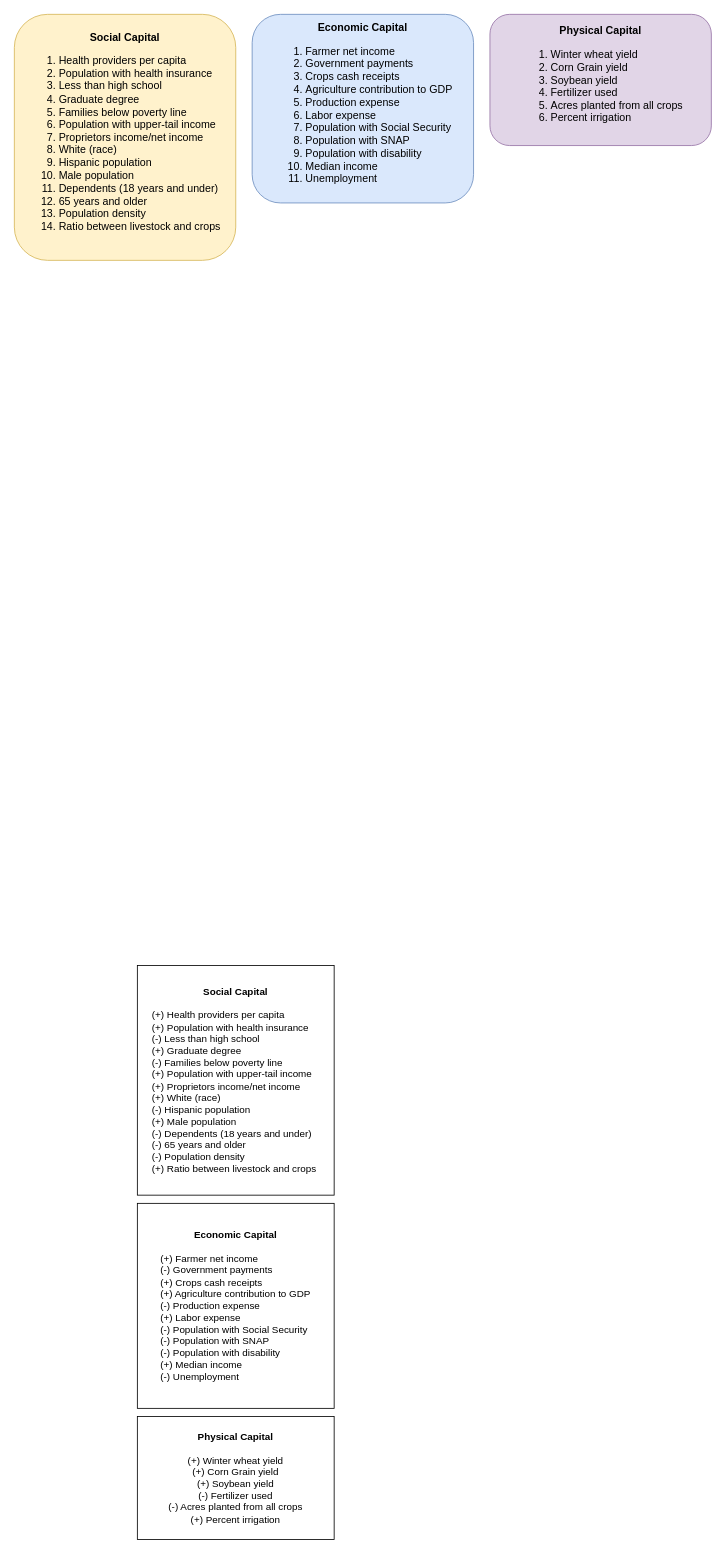
This is FrameWork2023.drawio from dealchre/gradDrawio, a draw.io file, before an edit. Source tidied: cells renumbered, new cells numbered last; positions are measured from the earlier drawing's top-left corner, leaving out a move shared by most shapes. Both pictures are drawn from the tidied source at 82%, with x=0, y=0 at pixel (14, 14).
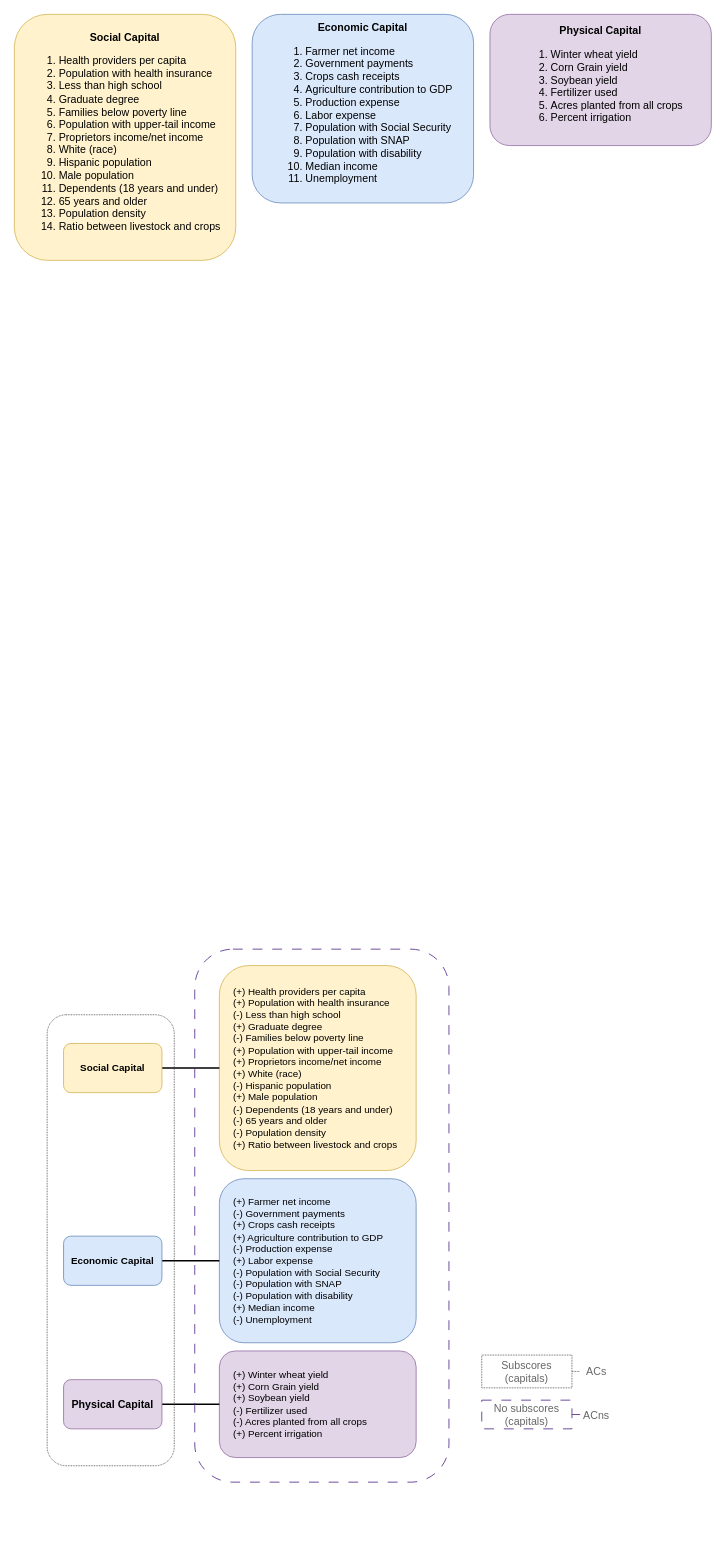
Above is the later version.

Diff of the diagram source:
```diff
@@
-    <mxCell id="3" value="&lt;b&gt;Social Capital&lt;br&gt;&lt;br&gt;&lt;/b&gt;&lt;span style=&quot;background-color: initial;&quot;&gt;&lt;div style=&quot;text-align: left;&quot;&gt;&lt;span style=&quot;background-color: initial;&quot;&gt;(+) Health providers per capita&lt;/span&gt;&lt;/div&gt;&lt;/span&gt;&lt;span style=&quot;background-color: initial;&quot;&gt;&lt;div style=&quot;text-align: left;&quot;&gt;&lt;span style=&quot;background-color: initial;&quot;&gt;(+) Population with health insurance&lt;/span&gt;&lt;/div&gt;&lt;/span&gt;&lt;span style=&quot;background-color: initial;&quot;&gt;&lt;div style=&quot;text-align: left;&quot;&gt;&lt;span style=&quot;background-color: initial;&quot;&gt;(-) Less than high school&lt;/span&gt;&lt;/div&gt;&lt;/span&gt;&lt;span style=&quot;background-color: initial;&quot;&gt;&lt;div style=&quot;text-align: left;&quot;&gt;&lt;span style=&quot;background-color: initial;&quot;&gt;(+) Graduate degree&lt;/span&gt;&lt;/div&gt;&lt;/span&gt;&lt;span style=&quot;background-color: initial;&quot;&gt;&lt;div style=&quot;text-align: left;&quot;&gt;&lt;span style=&quot;background-color: initial;&quot;&gt;(-) Families below poverty line&lt;/span&gt;&lt;/div&gt;&lt;/span&gt;&lt;span style=&quot;background-color: initial;&quot;&gt;&lt;div style=&quot;text-align: left;&quot;&gt;&lt;span style=&quot;background-color: initial;&quot;&gt;(+) Population with upper-tail income&lt;/span&gt;&lt;/div&gt;&lt;div style=&quot;text-align: left;&quot;&gt;(+) Proprietors income/net income&lt;span style=&quot;background-color: initial;&quot;&gt;&lt;br&gt;&lt;/span&gt;&lt;/div&gt;&lt;/span&gt;&lt;span style=&quot;background-color: initial;&quot;&gt;&lt;div style=&quot;text-align: left;&quot;&gt;&lt;span style=&quot;background-color: initial;&quot;&gt;(+) White (race)&lt;/span&gt;&lt;/div&gt;&lt;/span&gt;&lt;span style=&quot;background-color: initial;&quot;&gt;&lt;div style=&quot;text-align: left;&quot;&gt;&lt;span style=&quot;background-color: initial;&quot;&gt;(-) Hispanic population&lt;/span&gt;&lt;/div&gt;&lt;/span&gt;&lt;span style=&quot;background-color: initial;&quot;&gt;&lt;div style=&quot;text-align: left;&quot;&gt;&lt;span style=&quot;background-color: initial;&quot;&gt;(+) Male population&lt;/span&gt;&lt;/div&gt;&lt;/span&gt;&lt;span style=&quot;background-color: initial;&quot;&gt;&lt;div style=&quot;text-align: left;&quot;&gt;&lt;span style=&quot;background-color: initial;&quot;&gt;(-) Dependents (18 years and under)&lt;/span&gt;&lt;/div&gt;&lt;/span&gt;&lt;span style=&quot;background-color: initial;&quot;&gt;&lt;div style=&quot;text-align: left;&quot;&gt;&lt;span style=&quot;background-color: initial;&quot;&gt;(-) 65 years and older&lt;/span&gt;&lt;/div&gt;&lt;/span&gt;&lt;span style=&quot;background-color: initial;&quot;&gt;&lt;div style=&quot;text-align: left;&quot;&gt;&lt;span style=&quot;background-color: initial;&quot;&gt;(-) Population density&lt;/span&gt;&lt;/div&gt;&lt;/span&gt;&lt;span style=&quot;background-color: initial;&quot;&gt;&lt;div style=&quot;text-align: left;&quot;&gt;&lt;span style=&quot;background-color: initial;&quot;&gt;(+) Ratio between livestock and crops&amp;nbsp;&lt;/span&gt;&lt;/div&gt;&lt;/span&gt;" style="whiteSpace=wrap;html=1;" parent="1" vertex="1">
-      <mxGeometry x="150" y="1160" width="240" height="280" as="geometry" />
+    <mxCell id="3" value="&lt;div style=&quot;&quot;&gt;&lt;span style=&quot;background-color: initial;&quot;&gt;(+) Health providers per capita&lt;/span&gt;&lt;/div&gt;&lt;span style=&quot;background-color: initial;&quot;&gt;&lt;div style=&quot;&quot;&gt;&lt;span style=&quot;background-color: initial;&quot;&gt;(+) Population with health insurance&lt;/span&gt;&lt;/div&gt;&lt;/span&gt;&lt;span style=&quot;background-color: initial;&quot;&gt;&lt;div style=&quot;&quot;&gt;&lt;span style=&quot;background-color: initial;&quot;&gt;(-) Less than high school&lt;/span&gt;&lt;/div&gt;&lt;/span&gt;&lt;span style=&quot;background-color: initial;&quot;&gt;&lt;div style=&quot;&quot;&gt;&lt;span style=&quot;background-color: initial;&quot;&gt;(+) Graduate degree&lt;/span&gt;&lt;/div&gt;&lt;/span&gt;&lt;span style=&quot;background-color: initial;&quot;&gt;&lt;div style=&quot;&quot;&gt;&lt;span style=&quot;background-color: initial;&quot;&gt;(-) Families below poverty line&lt;/span&gt;&lt;/div&gt;&lt;/span&gt;&lt;span style=&quot;background-color: initial;&quot;&gt;&lt;div style=&quot;&quot;&gt;&lt;span style=&quot;background-color: initial;&quot;&gt;(+) Population with upper-tail income&lt;/span&gt;&lt;/div&gt;&lt;div style=&quot;&quot;&gt;(+) Proprietors income/net income&lt;span style=&quot;background-color: initial;&quot;&gt;&lt;br&gt;&lt;/span&gt;&lt;/div&gt;&lt;/span&gt;&lt;span style=&quot;background-color: initial;&quot;&gt;&lt;div style=&quot;&quot;&gt;&lt;span style=&quot;background-color: initial;&quot;&gt;(+) White (race)&lt;/span&gt;&lt;/div&gt;&lt;/span&gt;&lt;span style=&quot;background-color: initial;&quot;&gt;&lt;div style=&quot;&quot;&gt;&lt;span style=&quot;background-color: initial;&quot;&gt;(-) Hispanic population&lt;/span&gt;&lt;/div&gt;&lt;/span&gt;&lt;span style=&quot;background-color: initial;&quot;&gt;&lt;div style=&quot;&quot;&gt;&lt;span style=&quot;background-color: initial;&quot;&gt;(+) Male population&lt;/span&gt;&lt;/div&gt;&lt;/span&gt;&lt;span style=&quot;background-color: initial;&quot;&gt;&lt;div style=&quot;&quot;&gt;&lt;span style=&quot;background-color: initial;&quot;&gt;(-) Dependents (18 years and under)&lt;/span&gt;&lt;/div&gt;&lt;/span&gt;&lt;span style=&quot;background-color: initial;&quot;&gt;&lt;div style=&quot;&quot;&gt;&lt;span style=&quot;background-color: initial;&quot;&gt;(-) 65 years and older&lt;/span&gt;&lt;/div&gt;&lt;/span&gt;&lt;span style=&quot;background-color: initial;&quot;&gt;&lt;div style=&quot;&quot;&gt;&lt;span style=&quot;background-color: initial;&quot;&gt;(-) Population density&lt;/span&gt;&lt;/div&gt;&lt;/span&gt;&lt;span style=&quot;background-color: initial;&quot;&gt;&lt;div style=&quot;&quot;&gt;&lt;span style=&quot;background-color: initial;&quot;&gt;(+) Ratio between livestock and crops&amp;nbsp;&lt;/span&gt;&lt;/div&gt;&lt;/span&gt;" style="whiteSpace=wrap;html=1;rounded=1;fillColor=#fff2cc;strokeColor=#d6b656;align=left;spacingLeft=15;" parent="1" vertex="1">
+      <mxGeometry x="250" y="1160" width="240" height="250" as="geometry" />
     </mxCell>
@@
-    <mxCell id="5" value="&lt;b&gt;Economic Capital&lt;/b&gt;&lt;br&gt;&lt;div style=&quot;text-align: left;&quot;&gt;&lt;span style=&quot;background-color: initial;&quot;&gt;&lt;br&gt;&lt;/span&gt;&lt;/div&gt;&lt;div style=&quot;text-align: left;&quot;&gt;&lt;span style=&quot;background-color: initial;&quot;&gt;(+) Farmer net income&lt;/span&gt;&lt;/div&gt;&lt;span style=&quot;background-color: initial;&quot;&gt;&lt;div style=&quot;text-align: left;&quot;&gt;&lt;span style=&quot;background-color: initial;&quot;&gt;(-) Government payments&lt;/span&gt;&lt;/div&gt;&lt;/span&gt;&lt;span style=&quot;background-color: initial;&quot;&gt;&lt;div style=&quot;text-align: left;&quot;&gt;&lt;span style=&quot;background-color: initial;&quot;&gt;(+) Crops cash receipts&lt;/span&gt;&lt;/div&gt;&lt;/span&gt;&lt;span style=&quot;background-color: initial;&quot;&gt;&lt;div style=&quot;text-align: left;&quot;&gt;&lt;span style=&quot;background-color: initial;&quot;&gt;(+) Agriculture contribution to GDP&lt;/span&gt;&lt;/div&gt;&lt;/span&gt;&lt;span style=&quot;background-color: initial;&quot;&gt;&lt;div style=&quot;text-align: left;&quot;&gt;&lt;span style=&quot;background-color: initial;&quot;&gt;(-) Production expense&lt;/span&gt;&lt;/div&gt;&lt;/span&gt;&lt;span style=&quot;background-color: initial;&quot;&gt;&lt;div style=&quot;text-align: left;&quot;&gt;&lt;span style=&quot;background-color: initial;&quot;&gt;(+) Labor expense&lt;/span&gt;&lt;/div&gt;&lt;/span&gt;&lt;span style=&quot;background-color: initial;&quot;&gt;&lt;div style=&quot;text-align: left;&quot;&gt;&lt;span style=&quot;background-color: initial;&quot;&gt;(-) Population with Social Security&lt;/span&gt;&lt;/div&gt;&lt;/span&gt;&lt;span style=&quot;background-color: initial;&quot;&gt;&lt;div style=&quot;text-align: left;&quot;&gt;&lt;span style=&quot;background-color: initial;&quot;&gt;(-) Population with SNAP&lt;/span&gt;&lt;/div&gt;&lt;/span&gt;&lt;span style=&quot;background-color: initial;&quot;&gt;&lt;div style=&quot;text-align: left;&quot;&gt;&lt;span style=&quot;background-color: initial;&quot;&gt;(-) Population with disability&lt;/span&gt;&lt;/div&gt;&lt;/span&gt;&lt;span style=&quot;background-color: initial;&quot;&gt;&lt;div style=&quot;text-align: left;&quot;&gt;&lt;span style=&quot;background-color: initial;&quot;&gt;(+) Median income&lt;/span&gt;&lt;/div&gt;&lt;/span&gt;&lt;span style=&quot;background-color: initial;&quot;&gt;&lt;div style=&quot;text-align: left;&quot;&gt;&lt;span style=&quot;background-color: initial;&quot;&gt;(-) Unemployment&lt;/span&gt;&lt;/div&gt;&lt;/span&gt;" style="whiteSpace=wrap;html=1;" parent="1" vertex="1">
-      <mxGeometry x="150" y="1450" width="240" height="250" as="geometry" />
+    <mxCell id="5" value="&lt;div style=&quot;&quot;&gt;&lt;span style=&quot;background-color: initial;&quot;&gt;(+) Farmer net income&lt;/span&gt;&lt;/div&gt;&lt;span style=&quot;background-color: initial;&quot;&gt;&lt;div style=&quot;&quot;&gt;&lt;span style=&quot;background-color: initial;&quot;&gt;(-) Government payments&lt;/span&gt;&lt;/div&gt;&lt;/span&gt;&lt;span style=&quot;background-color: initial;&quot;&gt;&lt;div style=&quot;&quot;&gt;&lt;span style=&quot;background-color: initial;&quot;&gt;(+) Crops cash receipts&lt;/span&gt;&lt;/div&gt;&lt;/span&gt;&lt;span style=&quot;background-color: initial;&quot;&gt;&lt;div style=&quot;&quot;&gt;&lt;span style=&quot;background-color: initial;&quot;&gt;(+) Agriculture contribution to GDP&lt;/span&gt;&lt;/div&gt;&lt;/span&gt;&lt;span style=&quot;background-color: initial;&quot;&gt;&lt;div style=&quot;&quot;&gt;&lt;span style=&quot;background-color: initial;&quot;&gt;(-) Production expense&lt;/span&gt;&lt;/div&gt;&lt;/span&gt;&lt;span style=&quot;background-color: initial;&quot;&gt;&lt;div style=&quot;&quot;&gt;&lt;span style=&quot;background-color: initial;&quot;&gt;(+) Labor expense&lt;/span&gt;&lt;/div&gt;&lt;/span&gt;&lt;span style=&quot;background-color: initial;&quot;&gt;&lt;div style=&quot;&quot;&gt;&lt;span style=&quot;background-color: initial;&quot;&gt;(-) Population with Social Security&lt;/span&gt;&lt;/div&gt;&lt;/span&gt;&lt;span style=&quot;background-color: initial;&quot;&gt;&lt;div style=&quot;&quot;&gt;&lt;span style=&quot;background-color: initial;&quot;&gt;(-) Population with SNAP&lt;/span&gt;&lt;/div&gt;&lt;/span&gt;&lt;span style=&quot;background-color: initial;&quot;&gt;&lt;div style=&quot;&quot;&gt;&lt;span style=&quot;background-color: initial;&quot;&gt;(-) Population with disability&lt;/span&gt;&lt;/div&gt;&lt;/span&gt;&lt;span style=&quot;background-color: initial;&quot;&gt;&lt;div style=&quot;&quot;&gt;&lt;span style=&quot;background-color: initial;&quot;&gt;(+) Median income&lt;/span&gt;&lt;/div&gt;&lt;/span&gt;&lt;span style=&quot;background-color: initial;&quot;&gt;&lt;div style=&quot;&quot;&gt;&lt;span style=&quot;background-color: initial;&quot;&gt;(-) Unemployment&lt;/span&gt;&lt;/div&gt;&lt;/span&gt;" style="whiteSpace=wrap;html=1;rounded=1;fillColor=#dae8fc;strokeColor=#6c8ebf;align=left;spacingLeft=15;" parent="1" vertex="1">
+      <mxGeometry x="250" y="1420" width="240" height="200" as="geometry" />
     </mxCell>
@@
-    <mxCell id="7" value="&lt;b&gt;Physical Capital&lt;br&gt;&lt;/b&gt;&lt;br&gt;&lt;span style=&quot;text-align: left; background-color: initial;&quot;&gt;(+) Winter wheat yield&lt;/span&gt;&lt;br&gt;&lt;span style=&quot;text-align: left; background-color: initial;&quot;&gt;(+) Corn Grain yield&lt;/span&gt;&lt;br&gt;&lt;span style=&quot;text-align: left; background-color: initial;&quot;&gt;(+) Soybean yield&lt;/span&gt;&lt;br&gt;&lt;span style=&quot;text-align: left; background-color: initial;&quot;&gt;(-) Fertilizer used&lt;/span&gt;&lt;br&gt;&lt;span style=&quot;text-align: left; background-color: initial;&quot;&gt;(-) Acres planted from all crops&lt;/span&gt;&lt;br&gt;&lt;span style=&quot;text-align: left; background-color: initial;&quot;&gt;(+) Percent irrigation&lt;/span&gt;" style="whiteSpace=wrap;html=1;" parent="1" vertex="1">
-      <mxGeometry x="150" y="1710" width="240" height="150" as="geometry" />
+    <mxCell id="7" value="&lt;div style=&quot;&quot;&gt;&lt;span style=&quot;background-color: initial;&quot;&gt;(+) Winter wheat yield&lt;/span&gt;&lt;/div&gt;&lt;span style=&quot;background-color: initial;&quot;&gt;&lt;div style=&quot;&quot;&gt;&lt;span style=&quot;background-color: initial;&quot;&gt;(+) Corn Grain yield&lt;/span&gt;&lt;/div&gt;&lt;/span&gt;&lt;span style=&quot;background-color: initial;&quot;&gt;&lt;div style=&quot;&quot;&gt;&lt;span style=&quot;background-color: initial;&quot;&gt;(+) Soybean yield&lt;/span&gt;&lt;/div&gt;&lt;/span&gt;&lt;span style=&quot;background-color: initial;&quot;&gt;&lt;div style=&quot;&quot;&gt;&lt;span style=&quot;background-color: initial;&quot;&gt;(-) Fertilizer used&lt;/span&gt;&lt;/div&gt;&lt;/span&gt;&lt;span style=&quot;background-color: initial;&quot;&gt;&lt;div style=&quot;&quot;&gt;&lt;span style=&quot;background-color: initial;&quot;&gt;(-) Acres planted from all crops&lt;/span&gt;&lt;/div&gt;&lt;/span&gt;&lt;span style=&quot;background-color: initial;&quot;&gt;&lt;div style=&quot;&quot;&gt;&lt;span style=&quot;background-color: initial;&quot;&gt;(+) Percent irrigation&lt;/span&gt;&lt;/div&gt;&lt;/span&gt;" style="html=1;rounded=1;fillColor=#e1d5e7;strokeColor=#9673a6;align=left;horizontal=1;whiteSpace=wrap;spacingLeft=15;" parent="1" vertex="1">
+      <mxGeometry x="250" y="1630" width="240" height="130" as="geometry" />
     </mxCell>
+    <mxCell id="8" style="edgeStyle=orthogonalEdgeStyle;rounded=0;jettySize=auto;html=1;exitX=1;exitY=0.5;exitDx=0;exitDy=0;entryX=0;entryY=0.5;entryDx=0;entryDy=0;strokeWidth=2;fontSize=13;endArrow=none;endFill=0;" parent="1" edge="1" source="9" target="3">
+      <mxGeometry relative="1" as="geometry" />
+    </mxCell>
+    <mxCell id="9" value="&lt;b&gt;Social Capital&lt;/b&gt;" style="whiteSpace=wrap;html=1;fillColor=#fff2cc;strokeColor=#d6b656;rounded=1;" parent="1" vertex="1">
+      <mxGeometry x="60" y="1255" width="120" height="60" as="geometry" />
+    </mxCell>
+    <mxCell id="10" style="edgeStyle=orthogonalEdgeStyle;rounded=0;jettySize=auto;html=1;exitX=1;exitY=0.5;exitDx=0;exitDy=0;entryX=0;entryY=0.5;entryDx=0;entryDy=0;fontSize=13;strokeWidth=2;endArrow=none;endFill=0;" parent="1" edge="1" source="11" target="5">
+      <mxGeometry relative="1" as="geometry" />
+    </mxCell>
+    <mxCell id="11" value="&lt;b&gt;Economic Capital&lt;/b&gt;" style="whiteSpace=wrap;html=1;fillColor=#dae8fc;strokeColor=#6c8ebf;rounded=1;" parent="1" vertex="1">
+      <mxGeometry x="60" y="1490" width="120" height="60" as="geometry" />
+    </mxCell>
+    <mxCell id="12" style="edgeStyle=orthogonalEdgeStyle;rounded=0;jettySize=auto;html=1;exitX=1;exitY=0.5;exitDx=0;exitDy=0;entryX=0;entryY=0.5;entryDx=0;entryDy=0;strokeWidth=2;fontSize=13;endArrow=none;endFill=0;" parent="1" edge="1" source="13" target="7">
+      <mxGeometry relative="1" as="geometry" />
+    </mxCell>
+    <mxCell id="13" value="&lt;b&gt;Physical Capital&lt;/b&gt;" style="whiteSpace=wrap;html=1;fillColor=#e1d5e7;strokeColor=#9673a6;rounded=1;fontSize=13;" parent="1" vertex="1">
+      <mxGeometry x="60" y="1665" width="120" height="60" as="geometry" />
+    </mxCell>
+    <mxCell id="14" style="rounded=1;whiteSpace=wrap;html=1;fontSize=13;labelBorderColor=default;labelBackgroundColor=none;gradientColor=default;fillColor=none;dashed=1;dashPattern=12 12;strokeColor=#512888;" parent="1" vertex="1">
+      <mxGeometry x="220" y="1140" width="310" height="650" as="geometry" />
+    </mxCell>
+    <mxCell id="15" style="edgeStyle=orthogonalEdgeStyle;rounded=0;jettySize=auto;html=1;exitX=1;exitY=0.5;exitDx=0;exitDy=0;entryX=0;entryY=0.5;entryDx=0;entryDy=0;dashed=1;dashPattern=12 12;strokeColor=#512888;strokeWidth=1;fontSize=13;fontColor=#666666;endArrow=none;endFill=0;" parent="1" edge="1" source="16" target="22">
+      <mxGeometry relative="1" as="geometry" />
+    </mxCell>
+    <mxCell id="16" value="No subscores (capitals)" style="text;html=1;strokeColor=#512888;fillColor=none;align=center;verticalAlign=middle;whiteSpace=wrap;rounded=0;fontSize=13;fontColor=#666666;dashed=1;dashPattern=12 12;" parent="1" vertex="1">
+      <mxGeometry x="570" y="1690" width="110" height="35" as="geometry" />
+    </mxCell>
+    <mxCell id="17" style="rounded=1;whiteSpace=wrap;html=1;dashed=1;dashPattern=1 1;labelBackgroundColor=none;labelBorderColor=default;strokeColor=#424242;fontSize=13;fillColor=none;gradientColor=default;" parent="1" vertex="1">
+      <mxGeometry x="40" y="1220" width="155" height="550" as="geometry" />
+    </mxCell>
+    <mxCell id="18" style="edgeStyle=orthogonalEdgeStyle;rounded=0;orthogonalLoop=1;jettySize=auto;html=1;exitX=0.5;exitY=1;exitDx=0;exitDy=0;dashed=1;dashPattern=12 12;strokeColor=#512888;strokeWidth=1;fontSize=13;endArrow=none;endFill=0;" parent="1" edge="1" source="17" target="17">
+      <mxGeometry relative="1" as="geometry" />
+    </mxCell>
+    <mxCell id="19" style="edgeStyle=orthogonalEdgeStyle;rounded=0;jettySize=auto;html=1;exitX=1;exitY=0.5;exitDx=0;exitDy=0;entryX=0;entryY=0.5;entryDx=0;entryDy=0;dashed=1;dashPattern=1 1;strokeColor=#424242;strokeWidth=1;fontSize=13;fontColor=#666666;endArrow=none;endFill=0;" parent="1" edge="1" source="20" target="21">
+      <mxGeometry relative="1" as="geometry" />
+    </mxCell>
+    <mxCell id="20" value="Subscores (capitals)" style="text;html=1;strokeColor=#424242;fillColor=none;align=center;verticalAlign=middle;whiteSpace=wrap;rounded=0;fontSize=13;fontColor=#666666;dashed=1;dashPattern=1 1;" parent="1" vertex="1">
+      <mxGeometry x="570" y="1635" width="110" height="40" as="geometry" />
+    </mxCell>
+    <mxCell id="21" value="ACs" style="text;html=1;strokeColor=none;fillColor=none;align=center;verticalAlign=middle;whiteSpace=wrap;rounded=0;fontSize=13;fontColor=#666666;" parent="1" vertex="1">
+      <mxGeometry x="690" y="1640" width="40" height="30" as="geometry" />
+    </mxCell>
+    <mxCell id="22" value="ACns" style="text;html=1;strokeColor=none;fillColor=none;align=center;verticalAlign=middle;whiteSpace=wrap;rounded=0;fontSize=13;fontColor=#666666;" parent="1" vertex="1">
+      <mxGeometry x="690" y="1692.5" width="40" height="30" as="geometry" />
+    </mxCell>
```
